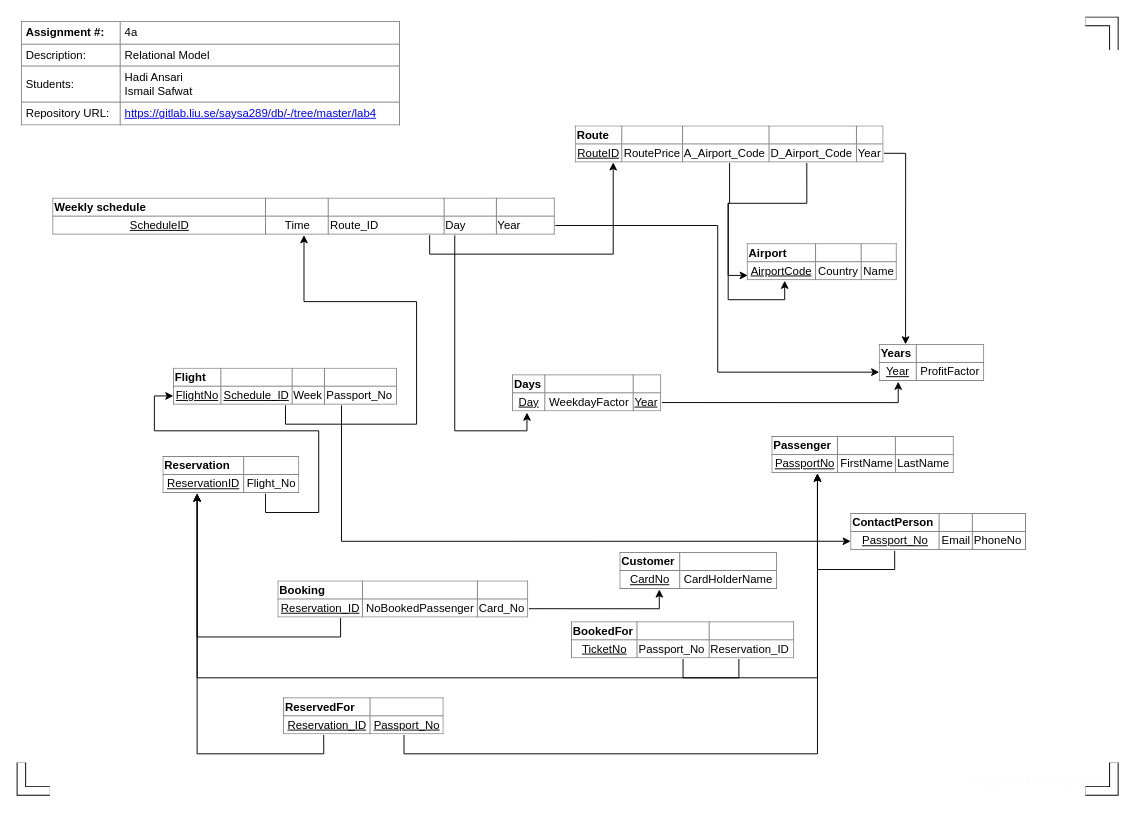
Above: page "Relational Model" (2 of 2) of lab4/Assignment4b.drawio in hadi-ansari/TDDD12 (draw.io), before the change. Source tidied: cells renumbered, new cells numbered last; positions are measured from the earlier drawing's top-left corner, leaving out a move shared by most shapes. Both pictures are drawn from the tidied source at 95%, with x=0, y=0 at pixel (21, 21).
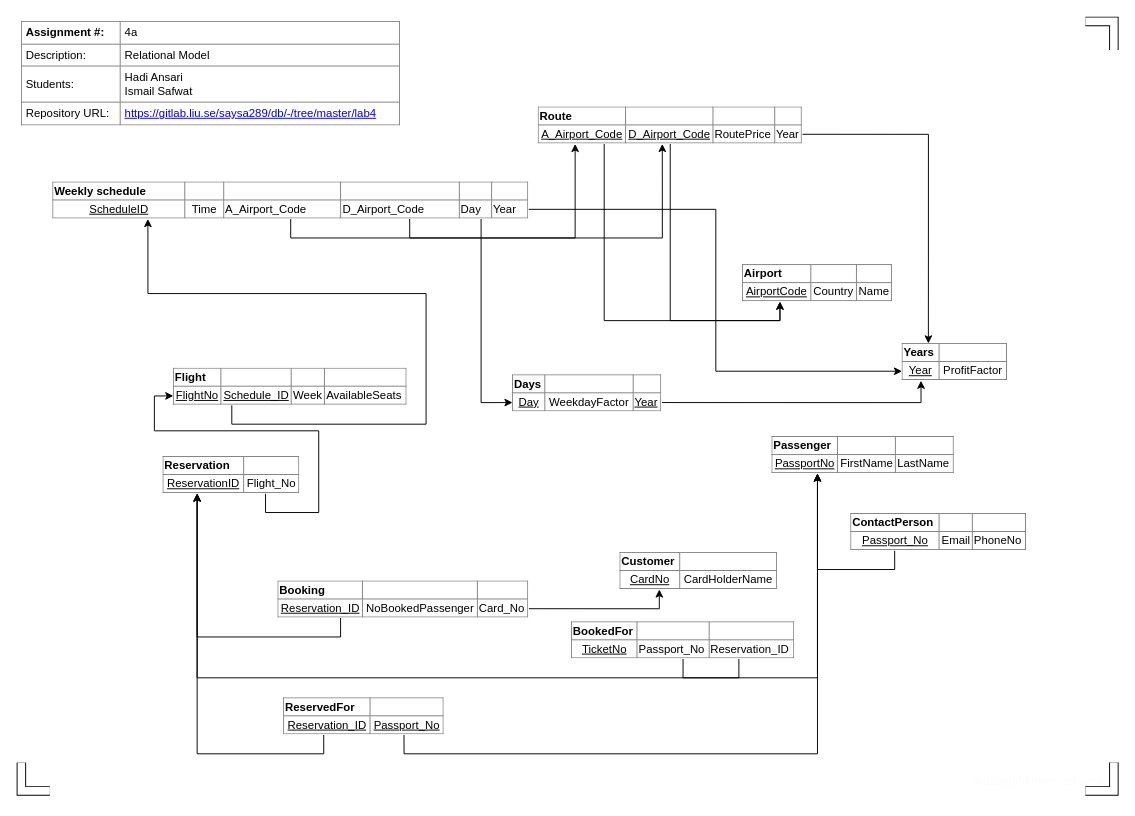
After the change.

The change refers to these unchanged cells:
```xml
<mxCell id="18" value="&lt;table border=&quot;1&quot; width=&quot;100%&quot; style=&quot;width: 100% ; height: 100% ; border-collapse: collapse&quot;&gt;&lt;tbody&gt;&lt;tr&gt;&lt;td&gt;&lt;b&gt;Days&lt;/b&gt;&lt;/td&gt;&lt;td&gt;&lt;br&gt;&lt;/td&gt;&lt;td&gt;&lt;/td&gt;&lt;/tr&gt;&lt;tr&gt;&lt;td style=&quot;text-align: center&quot;&gt;&lt;u&gt;Day&lt;/u&gt;&lt;/td&gt;&lt;td style=&quot;text-align: center&quot;&gt;WeekdayFactor&lt;/td&gt;&lt;td&gt;&lt;u&gt;Year&lt;/u&gt;&lt;/td&gt;&lt;/tr&gt;&lt;/tbody&gt;&lt;/table&gt;" style="text;html=1;strokeColor=none;fillColor=#ffffff;overflow=fill;" parent="1" vertex="1">
  <mxGeometry x="517" y="372" width="157" height="39" as="geometry" />
</mxCell>
<mxCell id="36" value="&lt;table border=&quot;1&quot; width=&quot;100%&quot; style=&quot;width: 100% ; height: 100% ; border-collapse: collapse&quot;&gt;&lt;tbody&gt;&lt;tr&gt;&lt;td&gt;&lt;b&gt;ContactPerson&lt;/b&gt;&lt;/td&gt;&lt;td&gt;&lt;br&gt;&lt;/td&gt;&lt;td&gt;&lt;/td&gt;&lt;/tr&gt;&lt;tr&gt;&lt;td style=&quot;text-align: center&quot;&gt;&lt;u&gt;Passport_No&lt;/u&gt;&lt;/td&gt;&lt;td style=&quot;text-align: center&quot;&gt;Email&lt;/td&gt;&lt;td&gt;PhoneNo&lt;/td&gt;&lt;/tr&gt;&lt;/tbody&gt;&lt;/table&gt;" style="text;html=1;strokeColor=none;fillColor=#ffffff;overflow=fill;" parent="1" vertex="1">
  <mxGeometry x="873" y="518" width="185" height="39" as="geometry" />
</mxCell>
```

The edit, as a diff of the source:
```diff
@@
-    <mxCell id="2" style="edgeStyle=orthogonalEdgeStyle;rounded=0;jettySize=auto;html=1;exitX=0.75;exitY=1;exitDx=0;exitDy=0;entryX=0.123;entryY=0.986;entryDx=0;entryDy=0;entryPerimeter=0;" parent="1" edge="1" source="4" target="16">
-      <mxGeometry relative="1" as="geometry" />
-    </mxCell>
-    <mxCell id="3" style="edgeStyle=orthogonalEdgeStyle;rounded=0;jettySize=auto;html=1;exitX=0.8;exitY=1;exitDx=0;exitDy=0;exitPerimeter=0;entryX=0.097;entryY=1.021;entryDx=0;entryDy=0;entryPerimeter=0;" parent="1" edge="1" source="4" target="18">
+    <mxCell id="3" style="edgeStyle=orthogonalEdgeStyle;rounded=0;jettySize=auto;html=1;exitX=0.9;exitY=1;exitDx=0;exitDy=0;exitPerimeter=0;entryX=0;entryY=0.75;entryDx=0;entryDy=0;" parent="1" edge="1" source="4" target="18">
       <mxGeometry relative="1" as="geometry" />
     </mxCell>
+    <mxCell id="37" style="edgeStyle=orthogonalEdgeStyle;rounded=0;jettySize=auto;html=1;exitX=0.5;exitY=1;exitDx=0;exitDy=0;exitPerimeter=0;entryX=0.14;entryY=1;entryDx=0;entryDy=0;entryPerimeter=0;" parent="1" edge="1" source="4" target="16">
+      <mxGeometry relative="1" as="geometry" />
+    </mxCell>
+    <mxCell id="38" style="edgeStyle=orthogonalEdgeStyle;rounded=0;jettySize=auto;html=1;exitX=0.75;exitY=1;exitDx=0;exitDy=0;exitPerimeter=0;entryX=0.47;entryY=1;entryDx=0;entryDy=0;entryPerimeter=0;" parent="1" edge="1" source="4" target="16">
+      <mxGeometry relative="1" as="geometry" />
+    </mxCell>
-    <mxCell id="4" value="&lt;table border=&quot;1&quot; width=&quot;100%&quot; style=&quot;width: 100% ; height: 100% ; border-collapse: collapse&quot;&gt;&lt;tbody&gt;&lt;tr&gt;&lt;td&gt;&lt;b&gt;Weekly schedule&lt;/b&gt;&lt;/td&gt;&lt;td&gt;&lt;br&gt;&lt;/td&gt;&lt;td&gt;&lt;br&gt;&lt;/td&gt;&lt;td&gt;&lt;br&gt;&lt;/td&gt;&lt;td&gt;&lt;br&gt;&lt;/td&gt;&lt;/tr&gt;&lt;tr&gt;&lt;td style=&quot;text-align: center&quot;&gt;&lt;u&gt;ScheduleID&lt;/u&gt;&lt;/td&gt;&lt;td style=&quot;text-align: center&quot;&gt;Time&lt;/td&gt;&lt;td&gt;Route_ID&lt;/td&gt;&lt;td&gt;Day&lt;/td&gt;&lt;td&gt;Year&lt;/td&gt;&lt;/tr&gt;&lt;/tbody&gt;&lt;/table&gt;" style="text;html=1;strokeColor=none;fillColor=#ffffff;overflow=fill;points=[[0,0,0,0,0],[0,0.26,0,0,0],[0,0.51,0,0,0],[0,0.74,0,0,0],[0,1,0,0,0],[0.2,1,0,0,0],[0.25,0,0,0,0],[0.25,1,0,0,0],[0.4,1,0,0,0],[0.5,0,0,0,0],[0.5,1,0,0,0],[0.6,1,0,0,0],[0.75,0,0,0,0],[0.75,1,0,0,0],[0.8,1,0,0,0],[1,0,0,0,0],[1,0.26,0,0,0],[1,0.51,0,0,0],[1,0.74,0,0,0],[1,1,0,0,0]];" parent="1" vertex="1">
-      <mxGeometry x="33" y="186" width="529" height="39" as="geometry" />
+    <mxCell id="4" value="&lt;table border=&quot;1&quot; width=&quot;100%&quot; style=&quot;width: 100% ; height: 100% ; border-collapse: collapse&quot;&gt;&lt;tbody&gt;&lt;tr&gt;&lt;td&gt;&lt;b&gt;Weekly schedule&lt;/b&gt;&lt;/td&gt;&lt;td&gt;&lt;br&gt;&lt;/td&gt;&lt;td&gt;&lt;br&gt;&lt;/td&gt;&lt;td&gt;&lt;br&gt;&lt;/td&gt;&lt;td&gt;&lt;br&gt;&lt;/td&gt;&lt;td&gt;&lt;br&gt;&lt;/td&gt;&lt;/tr&gt;&lt;tr&gt;&lt;td style=&quot;text-align: center&quot;&gt;&lt;u&gt;ScheduleID&lt;/u&gt;&lt;/td&gt;&lt;td style=&quot;text-align: center&quot;&gt;Time&lt;/td&gt;&lt;td&gt;A_Airport_Code&lt;br&gt;&lt;/td&gt;&lt;td&gt;D_Airport_Code&lt;br&gt;&lt;/td&gt;&lt;td&gt;Day&lt;/td&gt;&lt;td&gt;Year&lt;/td&gt;&lt;/tr&gt;&lt;/tbody&gt;&lt;/table&gt;" style="text;html=1;strokeColor=none;fillColor=#ffffff;overflow=fill;points=[[0,0,0,0,0],[0,0.26,0,0,0],[0,0.51,0,0,0],[0,0.74,0,0,0],[0,1,0,0,0],[0.1,1,0,0,0],[0.2,1,0,0,0],[0.25,0,0,0,0],[0.25,1,0,0,0],[0.3,1,0,0,0],[0.4,1,0,0,0],[0.5,0,0,0,0],[0.5,1,0,0,0],[0.6,1,0,0,0],[0.7,1,0,0,0],[0.75,0,0,0,0],[0.75,1,0,0,0],[0.76,1,0,0,179],[0.8,1,0,0,0],[0.9,1,0,0,0],[1,0,0,0,0],[1,0.26,0,0,0],[1,0.51,0,0,0],[1,0.74,0,0,0],[1,1,0,0,0]];" parent="1" vertex="1">
+      <mxGeometry x="33" y="169" width="501" height="39" as="geometry" />
     </mxCell>
@@
+    <mxCell id="15" style="edgeStyle=orthogonalEdgeStyle;rounded=0;jettySize=auto;html=1;exitX=1;exitY=0.74;exitDx=0;exitDy=0;exitPerimeter=0;entryX=0.25;entryY=0;entryDx=0;entryDy=0;" parent="1" edge="1" source="16" target="19">
+      <mxGeometry relative="1" as="geometry" />
+    </mxCell>
-    <mxCell id="14" style="edgeStyle=orthogonalEdgeStyle;rounded=0;jettySize=auto;html=1;exitX=0.75;exitY=1;exitDx=0;exitDy=0;exitPerimeter=0;entryX=0.004;entryY=0.857;entryDx=0;entryDy=0;entryPerimeter=0;" parent="1" edge="1" source="16" target="20">
+    <mxCell id="14" style="edgeStyle=orthogonalEdgeStyle;rounded=0;jettySize=auto;html=1;exitX=0.25;exitY=1;exitDx=0;exitDy=0;exitPerimeter=0;entryX=0.25;entryY=1;entryDx=0;entryDy=0;" parent="1" edge="1" source="16" target="20">
       <mxGeometry relative="1" as="geometry" />
     </mxCell>
-    <mxCell id="15" style="edgeStyle=orthogonalEdgeStyle;rounded=0;jettySize=auto;html=1;exitX=1;exitY=0.74;exitDx=0;exitDy=0;exitPerimeter=0;entryX=0.25;entryY=0;entryDx=0;entryDy=0;" parent="1" edge="1" source="16" target="19">
-      <mxGeometry relative="1" as="geometry" />
-    </mxCell>
-    <mxCell id="16" value="&lt;table border=&quot;1&quot; width=&quot;100%&quot; style=&quot;width: 100% ; height: 100% ; border-collapse: collapse&quot;&gt;&lt;tbody&gt;&lt;tr&gt;&lt;td&gt;&lt;b&gt;Route&lt;/b&gt;&lt;/td&gt;&lt;td&gt;&lt;br&gt;&lt;/td&gt;&lt;td&gt;&lt;br&gt;&lt;/td&gt;&lt;td&gt;&lt;br&gt;&lt;/td&gt;&lt;td&gt;&lt;br&gt;&lt;/td&gt;&lt;/tr&gt;&lt;tr&gt;&lt;td style=&quot;text-align: center&quot;&gt;&lt;u&gt;RouteID&lt;/u&gt;&lt;/td&gt;&lt;td style=&quot;text-align: center&quot;&gt;RoutePrice&lt;/td&gt;&lt;td&gt;A_Airport_Code&lt;/td&gt;&lt;td&gt;D_Airport_Code&lt;/td&gt;&lt;td&gt;Year&lt;/td&gt;&lt;/tr&gt;&lt;/tbody&gt;&lt;/table&gt;" style="text;html=1;strokeColor=none;fillColor=#ffffff;overflow=fill;points=[[0,0,0,0,0],[0,0.26,0,0,0],[0,0.5,0,0,0],[0,0.51,0,0,0],[0,0.74,0,0,0],[0,1,0,0,0],[0.25,0,0,0,0],[0.25,1,0,0,0],[0.5,0,0,0,0],[0.5,1,0,0,0],[0.75,0,0,0,0],[0.75,1,0,0,0],[1,0,0,0,0],[1,0.26,0,0,0],[1,0.51,0,0,0],[1,0.74,0,0,0],[1,1,0,0,0]];" parent="1" vertex="1">
-      <mxGeometry x="583" y="110" width="325" height="39" as="geometry" />
+    <mxCell id="16" value="&lt;table border=&quot;1&quot; width=&quot;100%&quot; style=&quot;width: 100% ; height: 100% ; border-collapse: collapse&quot;&gt;&lt;tbody&gt;&lt;tr&gt;&lt;td&gt;&lt;b&gt;Route&lt;/b&gt;&lt;/td&gt;&lt;td&gt;&lt;br&gt;&lt;/td&gt;&lt;td&gt;&lt;br&gt;&lt;/td&gt;&lt;td&gt;&lt;br&gt;&lt;/td&gt;&lt;/tr&gt;&lt;tr&gt;&lt;td style=&quot;text-align: center&quot;&gt;&lt;span style=&quot;text-align: left;&quot;&gt;&lt;u&gt;A_Airport_Code&lt;/u&gt;&lt;/span&gt;&lt;br&gt;&lt;/td&gt;&lt;td style=&quot;text-align: center&quot;&gt;&lt;span style=&quot;text-align: left;&quot;&gt;&lt;u&gt;D_Airport_Code&lt;/u&gt;&lt;/span&gt;&lt;br&gt;&lt;/td&gt;&lt;td&gt;&lt;span style=&quot;text-align: center;&quot;&gt;RoutePrice&lt;/span&gt;&lt;br&gt;&lt;/td&gt;&lt;td&gt;Year&lt;/td&gt;&lt;/tr&gt;&lt;/tbody&gt;&lt;/table&gt;" style="text;html=1;strokeColor=none;fillColor=#ffffff;overflow=fill;points=[[0,0,0,0,0],[0,0.26,0,0,0],[0,0.51,0,0,0],[0,0.74,0,0,0],[0,1,0,0,0],[0.14,1,0,0,0],[0.25,0,0,0,0],[0.47,1,0,0,0],[0.57,1,0,0,0],[0.75,0,0,0,0],[0.75,1,0,0,0],[1,0,0,0,0],[1,0.26,0,0,0],[1,0.51,0,0,0],[1,0.74,0,0,0],[1,1,0,0,0]];" parent="1" vertex="1">
+      <mxGeometry x="544" y="90" width="278" height="39" as="geometry" />
     </mxCell>
@@
     <mxCell id="19" value="&lt;table border=&quot;1&quot; width=&quot;100%&quot; style=&quot;width: 100% ; height: 100% ; border-collapse: collapse&quot;&gt;&lt;tbody&gt;&lt;tr&gt;&lt;td&gt;&lt;b&gt;Years&lt;/b&gt;&lt;/td&gt;&lt;td&gt;&lt;br&gt;&lt;/td&gt;&lt;/tr&gt;&lt;tr&gt;&lt;td style=&quot;text-align: center&quot;&gt;&lt;u&gt;Year&lt;/u&gt;&lt;/td&gt;&lt;td style=&quot;text-align: center&quot;&gt;ProfitFactor&lt;/td&gt;&lt;/tr&gt;&lt;/tbody&gt;&lt;/table&gt;" style="text;html=1;strokeColor=none;fillColor=#ffffff;overflow=fill;" parent="1" vertex="1">
-      <mxGeometry x="903" y="340" width="111" height="39" as="geometry" />
+      <mxGeometry x="927" y="339" width="111" height="39" as="geometry" />
     </mxCell>
     <mxCell id="20" value="&lt;table border=&quot;1&quot; width=&quot;100%&quot; style=&quot;width: 100% ; height: 100% ; border-collapse: collapse&quot;&gt;&lt;tbody&gt;&lt;tr&gt;&lt;td&gt;&lt;b&gt;Airport&lt;/b&gt;&lt;/td&gt;&lt;td&gt;&lt;br&gt;&lt;/td&gt;&lt;td&gt;&lt;br&gt;&lt;/td&gt;&lt;/tr&gt;&lt;tr&gt;&lt;td style=&quot;text-align: center&quot;&gt;&lt;u&gt;AirportCode&lt;/u&gt;&lt;/td&gt;&lt;td style=&quot;text-align: center&quot;&gt;Country&lt;/td&gt;&lt;td style=&quot;text-align: center&quot;&gt;Name&lt;/td&gt;&lt;/tr&gt;&lt;/tbody&gt;&lt;/table&gt;" style="text;html=1;strokeColor=none;fillColor=#ffffff;overflow=fill;" parent="1" vertex="1">
-      <mxGeometry x="764" y="234" width="158" height="39" as="geometry" />
+      <mxGeometry x="759" y="256" width="158" height="39" as="geometry" />
     </mxCell>
@@
-    <mxCell id="22" style="edgeStyle=orthogonalEdgeStyle;rounded=0;jettySize=auto;html=1;exitX=0.5;exitY=1;exitDx=0;exitDy=0;" parent="1" edge="1" source="24" target="4">
+    <mxCell id="22" style="edgeStyle=orthogonalEdgeStyle;rounded=0;jettySize=auto;html=1;exitX=0.25;exitY=1;exitDx=0;exitDy=0;entryX=0.2;entryY=1;entryDx=0;entryDy=0;entryPerimeter=0;" parent="1" edge="1" source="24" target="4">
       <mxGeometry relative="1" as="geometry" />
     </mxCell>
-    <mxCell id="23" style="edgeStyle=orthogonalEdgeStyle;rounded=0;jettySize=auto;html=1;exitX=0.75;exitY=1;exitDx=0;exitDy=0;entryX=0;entryY=0.75;entryDx=0;entryDy=0;" parent="1" edge="1" source="24" target="36">
-      <mxGeometry relative="1" as="geometry" />
-    </mxCell>
-    <mxCell id="24" value="&lt;table border=&quot;1&quot; width=&quot;100%&quot; style=&quot;width: 100% ; height: 100% ; border-collapse: collapse&quot;&gt;&lt;tbody&gt;&lt;tr&gt;&lt;td&gt;&lt;b&gt;Flight&lt;/b&gt;&lt;/td&gt;&lt;td&gt;&lt;br&gt;&lt;/td&gt;&lt;td&gt;&lt;br&gt;&lt;/td&gt;&lt;td&gt;&lt;br&gt;&lt;/td&gt;&lt;/tr&gt;&lt;tr&gt;&lt;td style=&quot;text-align: center&quot;&gt;&lt;u&gt;FlightNo&lt;/u&gt;&lt;/td&gt;&lt;td style=&quot;text-align: center&quot;&gt;&lt;u style=&quot;text-align: left&quot;&gt;Schedule_ID&lt;/u&gt;&lt;br&gt;&lt;/td&gt;&lt;td&gt;Week&lt;/td&gt;&lt;td&gt;Passport_No&lt;/td&gt;&lt;/tr&gt;&lt;/tbody&gt;&lt;/table&gt;" style="text;html=1;strokeColor=none;fillColor=#ffffff;overflow=fill;" parent="1" vertex="1">
-      <mxGeometry x="160" y="365" width="236" height="39" as="geometry" />
+    <mxCell id="24" value="&lt;table border=&quot;1&quot; width=&quot;100%&quot; style=&quot;width: 100% ; height: 100% ; border-collapse: collapse&quot;&gt;&lt;tbody&gt;&lt;tr&gt;&lt;td&gt;&lt;b&gt;Flight&lt;/b&gt;&lt;/td&gt;&lt;td&gt;&lt;br&gt;&lt;/td&gt;&lt;td&gt;&lt;br&gt;&lt;/td&gt;&lt;td&gt;&lt;br&gt;&lt;/td&gt;&lt;/tr&gt;&lt;tr&gt;&lt;td style=&quot;text-align: center&quot;&gt;&lt;u&gt;FlightNo&lt;/u&gt;&lt;/td&gt;&lt;td style=&quot;text-align: center&quot;&gt;&lt;u style=&quot;text-align: left&quot;&gt;Schedule_ID&lt;/u&gt;&lt;br&gt;&lt;/td&gt;&lt;td&gt;Week&lt;/td&gt;&lt;td&gt;&lt;span style=&quot;text-align: center;&quot;&gt;AvailableSeats&lt;/span&gt;&lt;br&gt;&lt;/td&gt;&lt;/tr&gt;&lt;/tbody&gt;&lt;/table&gt;" style="text;html=1;strokeColor=none;fillColor=#ffffff;overflow=fill;" parent="1" vertex="1">
+      <mxGeometry x="160" y="365" width="246" height="39" as="geometry" />
     </mxCell>
```
